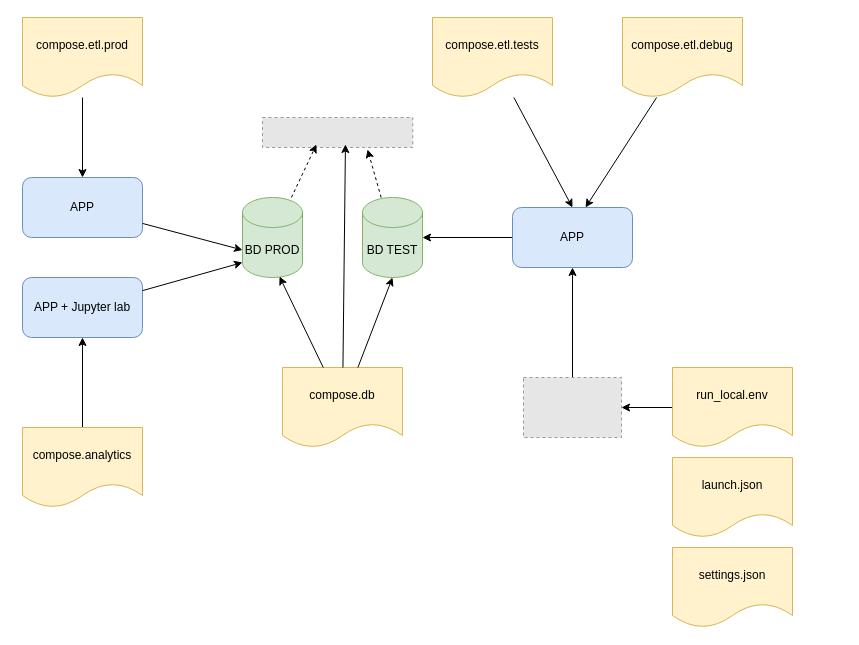
cperezh/DataEng_Patterns keeps this draw.io diagram as page "Development strategy" (3 of 6) of diagrams.dio. Above is the earlier version. Source tidied: cells renumbered, new cells numbered last; positions are measured from the earlier drawing's top-left corner, leaving out a move shared by most shapes. Both pictures are drawn from the tidied source at 100%, with x=0, y=0 at pixel (22, 17). Pictures stored in the file or linked from it are replaced by grey dashed boxes.
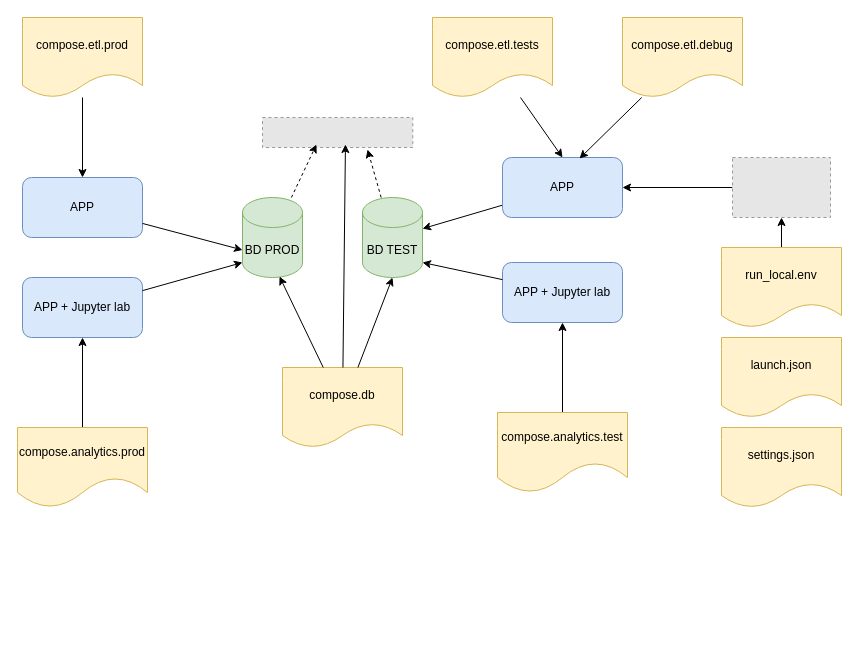
The same diagram, later.

Unchanged cells that the change refers to:
```xml
<mxCell id="11" value="BD TEST" style="shape=cylinder3;whiteSpace=wrap;html=1;boundedLbl=1;backgroundOutline=1;size=15;fillColor=#d5e8d4;strokeColor=#82b366;" parent="1" vertex="1">
  <mxGeometry x="340" y="180" width="60" height="80" as="geometry" />
</mxCell>
<mxCell id="14" value="compose.etl.debug" style="shape=document;whiteSpace=wrap;html=1;boundedLbl=1;fillColor=#fff2cc;strokeColor=#d6b656;" parent="1" vertex="1">
  <mxGeometry x="600" width="120" height="80" as="geometry" />
</mxCell>
```

What changed in the source:
```diff
@@
     <mxCell id="5" value="run_local.env" style="shape=document;whiteSpace=wrap;html=1;boundedLbl=1;fillColor=#fff2cc;strokeColor=#d6b656;" parent="1" vertex="1">
-      <mxGeometry x="650" y="350" width="120" height="80" as="geometry" />
+      <mxGeometry x="699" y="230" width="120" height="80" as="geometry" />
     </mxCell>
@@
     <mxCell id="10" value="APP" style="rounded=1;whiteSpace=wrap;html=1;fillColor=#dae8fc;strokeColor=#6c8ebf;" parent="1" vertex="1">
-      <mxGeometry x="490" y="190" width="120" height="60" as="geometry" />
+      <mxGeometry x="480" y="140" width="120" height="60" as="geometry" />
     </mxCell>
@@
-    <mxCell id="15" style="edgeStyle=none;html=1;" parent="1" edge="1" source="14">
-      <mxGeometry relative="1" as="geometry">
-        <mxPoint x="563" y="190" as="targetPoint" />
-      </mxGeometry>
+    <mxCell id="15" style="edgeStyle=none;html=1;entryX=0.642;entryY=0.017;entryDx=0;entryDy=0;entryPerimeter=0;" parent="1" edge="1" source="14" target="10">
+      <mxGeometry relative="1" as="geometry" />
     </mxCell>
@@
-    <mxCell id="17" value="&lt;span style=&quot;color: rgb(0, 0, 0); text-align: left;&quot;&gt;compose.analytics&lt;/span&gt;" style="shape=document;whiteSpace=wrap;html=1;boundedLbl=1;fillColor=#fff2cc;strokeColor=#d6b656;" parent="1" vertex="1">
-      <mxGeometry y="410" width="120" height="80" as="geometry" />
+    <mxCell id="17" value="&lt;span style=&quot;color: rgb(0, 0, 0); text-align: left;&quot;&gt;compose.analytics.prod&lt;/span&gt;" style="shape=document;whiteSpace=wrap;html=1;boundedLbl=1;fillColor=#fff2cc;strokeColor=#d6b656;size=0.375;" parent="1" vertex="1">
+      <mxGeometry x="-5" y="410" width="130" height="80" as="geometry" />
     </mxCell>
@@
-    <mxCell id="27" style="edgeStyle=none;html=1;entryX=0.5;entryY=1;entryDx=0;entryDy=0;" parent="1" edge="1" source="28" target="10">
+    <mxCell id="27" style="edgeStyle=none;html=1;entryX=1;entryY=0.5;entryDx=0;entryDy=0;" parent="1" edge="1" source="28" target="10">
       <mxGeometry relative="1" as="geometry" />
     </mxCell>
     <mxCell id="28" style="fillColor=#E6E6E6;strokeColor=#999999;dashed=1;verticalLabelPosition=bottom;labelBackgroundColor=default;verticalAlign=top;" parent="1" vertex="1">
-      <mxGeometry x="501" y="360" width="98" height="60" as="geometry" />
+      <mxGeometry x="710" y="140" width="98" height="60" as="geometry" />
     </mxCell>
     <mxCell id="29" value="launch.json" style="shape=document;whiteSpace=wrap;html=1;boundedLbl=1;fillColor=#fff2cc;strokeColor=#d6b656;" parent="1" vertex="1">
-      <mxGeometry x="650" y="440" width="120" height="80" as="geometry" />
+      <mxGeometry x="699" y="320" width="120" height="80" as="geometry" />
     </mxCell>
     <mxCell id="30" value="settings.json" style="shape=document;whiteSpace=wrap;html=1;boundedLbl=1;fillColor=#fff2cc;strokeColor=#d6b656;" parent="1" vertex="1">
-      <mxGeometry x="650" y="530" width="120" height="80" as="geometry" />
+      <mxGeometry x="699" y="410" width="120" height="80" as="geometry" />
     </mxCell>
+    <mxCell id="31" style="edgeStyle=none;html=1;" parent="1" edge="1" source="32" target="33">
+      <mxGeometry relative="1" as="geometry" />
+    </mxCell>
+    <mxCell id="32" value="&lt;span style=&quot;color: rgb(0, 0, 0); text-align: left;&quot;&gt;compose.analytics.test&lt;/span&gt;" style="shape=document;whiteSpace=wrap;html=1;boundedLbl=1;fillColor=#fff2cc;strokeColor=#d6b656;size=0.375;" parent="1" vertex="1">
+      <mxGeometry x="475" y="395" width="130" height="80" as="geometry" />
+    </mxCell>
+    <mxCell id="33" value="APP + Jupyter lab" style="rounded=1;whiteSpace=wrap;html=1;fillColor=#dae8fc;strokeColor=#6c8ebf;" parent="1" vertex="1">
+      <mxGeometry x="480" y="245" width="120" height="60" as="geometry" />
+    </mxCell>
+    <mxCell id="34" style="edgeStyle=none;html=1;entryX=1;entryY=1;entryDx=0;entryDy=-15;entryPerimeter=0;" parent="1" edge="1" source="33" target="11">
+      <mxGeometry relative="1" as="geometry" />
+    </mxCell>
```
